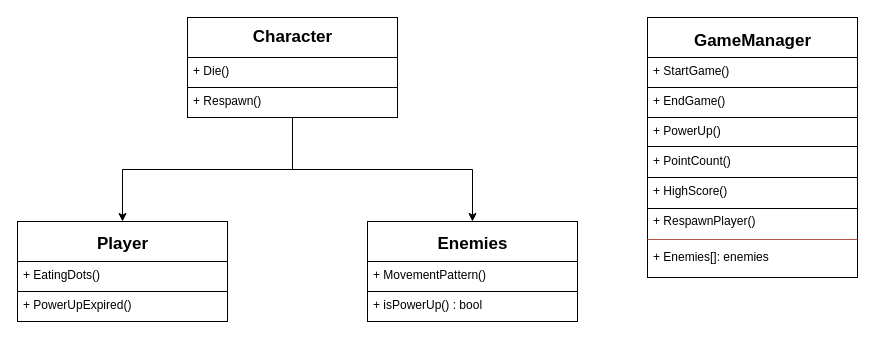
This is Untitled Diagram.drawio from medrick-bridge-tech/Pac-Man, a draw.io file, before an edit. Source tidied: cells renumbered, new cells numbered last; positions are measured from the earlier drawing's top-left corner, leaving out a move shared by most shapes. Both pictures are drawn from the tidied source at 100%, with x=0, y=0 at pixel (17, 17).
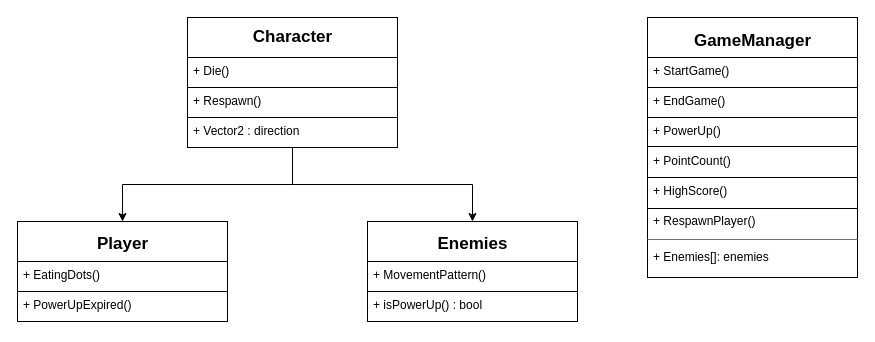
Above is the later version.

The edit, as a diff of the source:
```diff
@@
     <mxCell id="4" value="&lt;h2 style=&quot;margin: 4px 0px 0px;&quot;&gt;&lt;br&gt;&lt;/h2&gt;" style="verticalAlign=top;align=center;overflow=fill;fontSize=12;fontFamily=Helvetica;html=1;whiteSpace=wrap;gradientColor=none;horizontal=1;fontStyle=0;" parent="1" vertex="1">
-      <mxGeometry x="170" width="210" height="100" as="geometry" />
+      <mxGeometry x="170" width="210" height="130" as="geometry" />
     </mxCell>
@@
+    <mxCell id="39" style="line;strokeWidth=1;fillColor=none;align=left;verticalAlign=middle;spacingTop=-1;spacingLeft=3;spacingRight=3;labelPosition=right;strokeColor=inherit;" parent="1" vertex="1">
+      <mxGeometry x="170" y="96" width="210" height="8" as="geometry" />
+    </mxCell>
+    <mxCell id="40" value="+ Vector2 : direction" style="text;strokeColor=none;fillColor=none;align=left;verticalAlign=top;spacingLeft=4;spacingRight=4;overflow=hidden;whiteSpace=wrap;html=1;" parent="1" vertex="1">
+      <mxGeometry x="170" y="100" width="210" height="20" as="geometry" />
+    </mxCell>
```
